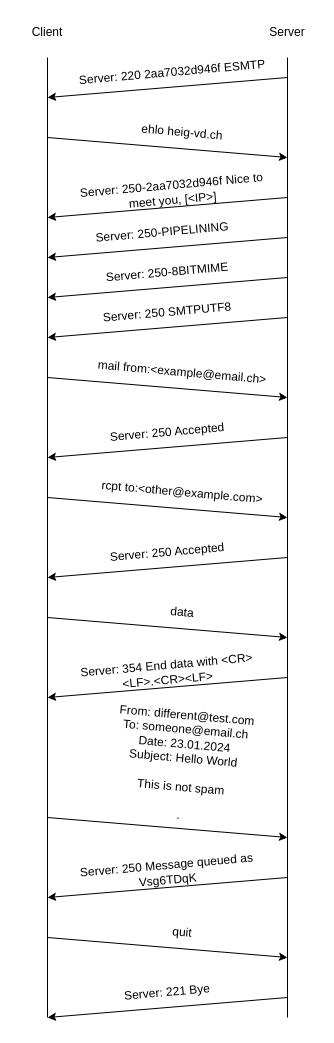
The draw.io diagram diagrams/ExampleDialogs.drawio in Calum-Quinn/dai-lab-smtp, before the edit. Source tidied: cells renumbered, new cells numbered last; positions are measured from the earlier drawing's top-left corner, leaving out a move shared by most shapes. Both pictures are drawn from the tidied source at 100%, with x=0, y=0 at pixel (17, 17).
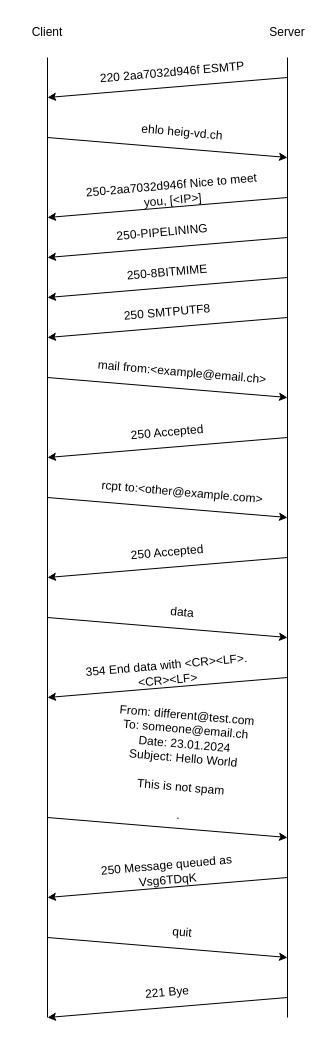
Above is the later version.

Commit message (it also covers changes not shown here):
Fix bad diagram

Diff of the diagram source:
```diff
@@
-    <mxCell id="7" value="Server: 220&amp;nbsp;2aa7032d946f ESMTP" style="text;html=1;strokeColor=none;fillColor=none;align=center;verticalAlign=middle;whiteSpace=wrap;rounded=0;rotation=355;" parent="1" vertex="1">
+    <mxCell id="7" value="220&amp;nbsp;2aa7032d946f ESMTP" style="text;html=1;strokeColor=none;fillColor=none;align=center;verticalAlign=middle;whiteSpace=wrap;rounded=0;rotation=355;" parent="1" vertex="1">
       <mxGeometry x="60" y="40" width="190" height="30" as="geometry" />
     </mxCell>
@@
-    <mxCell id="11" value="Server: 250-PIPELINING" style="text;html=1;strokeColor=none;fillColor=none;align=center;verticalAlign=middle;whiteSpace=wrap;rounded=0;rotation=355;" parent="1" vertex="1">
+    <mxCell id="11" value="250-PIPELINING" style="text;html=1;strokeColor=none;fillColor=none;align=center;verticalAlign=middle;whiteSpace=wrap;rounded=0;rotation=355;" parent="1" vertex="1">
       <mxGeometry x="50" y="200" width="190" height="30" as="geometry" />
     </mxCell>
@@
-    <mxCell id="13" value="Server: 250-2aa7032d946f Nice to meet you, [&amp;lt;IP&amp;gt;]" style="text;html=1;strokeColor=none;fillColor=none;align=center;verticalAlign=middle;whiteSpace=wrap;rounded=0;rotation=355;" parent="1" vertex="1">
+    <mxCell id="13" value="250-2aa7032d946f Nice to meet you, [&amp;lt;IP&amp;gt;]" style="text;html=1;strokeColor=none;fillColor=none;align=center;verticalAlign=middle;whiteSpace=wrap;rounded=0;rotation=355;" parent="1" vertex="1">
       <mxGeometry x="60" y="160" width="190" height="30" as="geometry" />
     </mxCell>
-    <mxCell id="14" value="Server: 250-8BITMIME" style="text;html=1;strokeColor=none;fillColor=none;align=center;verticalAlign=middle;whiteSpace=wrap;rounded=0;rotation=355;" parent="1" vertex="1">
+    <mxCell id="14" value="250-8BITMIME" style="text;html=1;strokeColor=none;fillColor=none;align=center;verticalAlign=middle;whiteSpace=wrap;rounded=0;rotation=355;" parent="1" vertex="1">
       <mxGeometry x="55" y="240" width="190" height="30" as="geometry" />
     </mxCell>
@@
-    <mxCell id="16" value="Server: 250 SMTPUTF8" style="text;html=1;strokeColor=none;fillColor=none;align=center;verticalAlign=middle;whiteSpace=wrap;rounded=0;rotation=355;" parent="1" vertex="1">
+    <mxCell id="16" value="250 SMTPUTF8" style="text;html=1;strokeColor=none;fillColor=none;align=center;verticalAlign=middle;whiteSpace=wrap;rounded=0;rotation=355;" parent="1" vertex="1">
       <mxGeometry x="55" y="280" width="190" height="30" as="geometry" />
     </mxCell>
@@
-    <mxCell id="20" value="Server: 250 Accepted" style="text;html=1;strokeColor=none;fillColor=none;align=center;verticalAlign=middle;whiteSpace=wrap;rounded=0;rotation=355;" parent="1" vertex="1">
+    <mxCell id="20" value="250 Accepted" style="text;html=1;strokeColor=none;fillColor=none;align=center;verticalAlign=middle;whiteSpace=wrap;rounded=0;rotation=355;" parent="1" vertex="1">
       <mxGeometry x="55" y="400" width="190" height="30" as="geometry" />
     </mxCell>
@@
-    <mxCell id="24" value="Server: 250 Accepted" style="text;html=1;strokeColor=none;fillColor=none;align=center;verticalAlign=middle;whiteSpace=wrap;rounded=0;rotation=355;" parent="1" vertex="1">
+    <mxCell id="24" value="250 Accepted" style="text;html=1;strokeColor=none;fillColor=none;align=center;verticalAlign=middle;whiteSpace=wrap;rounded=0;rotation=355;" parent="1" vertex="1">
       <mxGeometry x="55" y="520" width="190" height="30" as="geometry" />
     </mxCell>
@@
-    <mxCell id="28" value="Server: 354 End data with &amp;lt;CR&amp;gt;&amp;lt;LF&amp;gt;.&amp;lt;CR&amp;gt;&amp;lt;LF&amp;gt;" style="text;html=1;strokeColor=none;fillColor=none;align=center;verticalAlign=middle;whiteSpace=wrap;rounded=0;rotation=355;" parent="1" vertex="1">
+    <mxCell id="28" value="354 End data with &amp;lt;CR&amp;gt;&amp;lt;LF&amp;gt;.&amp;lt;CR&amp;gt;&amp;lt;LF&amp;gt;" style="text;html=1;strokeColor=none;fillColor=none;align=center;verticalAlign=middle;whiteSpace=wrap;rounded=0;rotation=355;" parent="1" vertex="1">
       <mxGeometry x="55" y="640" width="190" height="30" as="geometry" />
     </mxCell>
@@
-    <mxCell id="32" value="Server: 250 Message queued as Vsg6TDqK" style="text;html=1;strokeColor=none;fillColor=none;align=center;verticalAlign=middle;whiteSpace=wrap;rounded=0;rotation=355;" parent="1" vertex="1">
+    <mxCell id="32" value="250 Message queued as Vsg6TDqK" style="text;html=1;strokeColor=none;fillColor=none;align=center;verticalAlign=middle;whiteSpace=wrap;rounded=0;rotation=355;" parent="1" vertex="1">
       <mxGeometry x="55" y="840" width="190" height="30" as="geometry" />
     </mxCell>
@@
-    <mxCell id="36" value="Server: 221 Bye" style="text;html=1;strokeColor=none;fillColor=none;align=center;verticalAlign=middle;whiteSpace=wrap;rounded=0;rotation=355;" parent="1" vertex="1">
+    <mxCell id="36" value="221 Bye" style="text;html=1;strokeColor=none;fillColor=none;align=center;verticalAlign=middle;whiteSpace=wrap;rounded=0;rotation=355;" parent="1" vertex="1">
       <mxGeometry x="55" y="960" width="190" height="30" as="geometry" />
     </mxCell>
```
